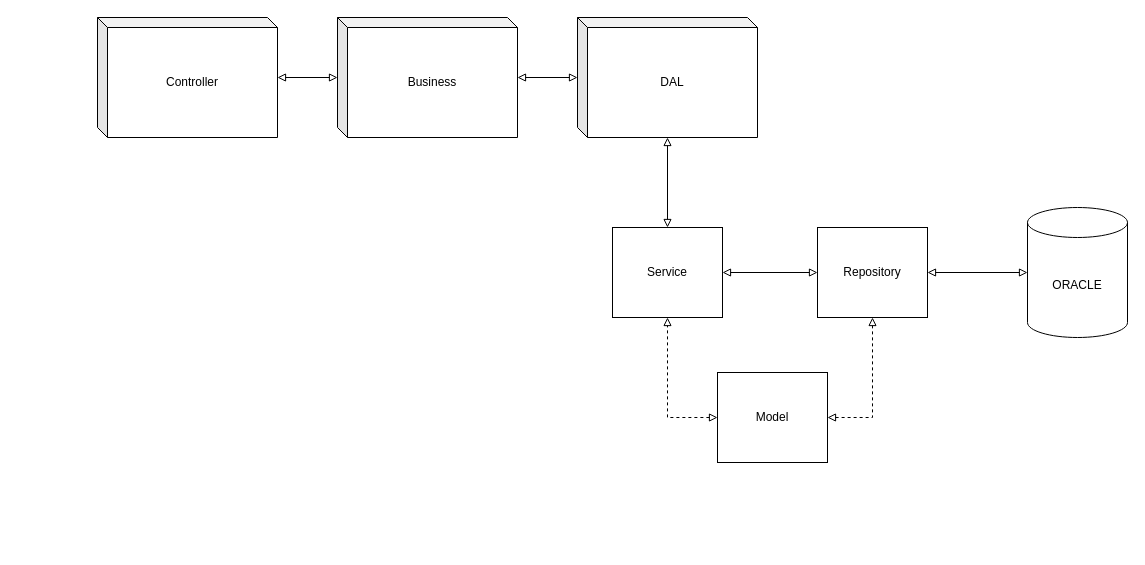
The draw.io diagram how_develop.drawio in donpandix/diagram, before the edit. Source tidied: cells renumbered, new cells numbered last; positions are measured from the earlier drawing's top-left corner, leaving out a move shared by most shapes. Both pictures are drawn from the tidied source at 100%, with x=0, y=0 at pixel (97, 17).
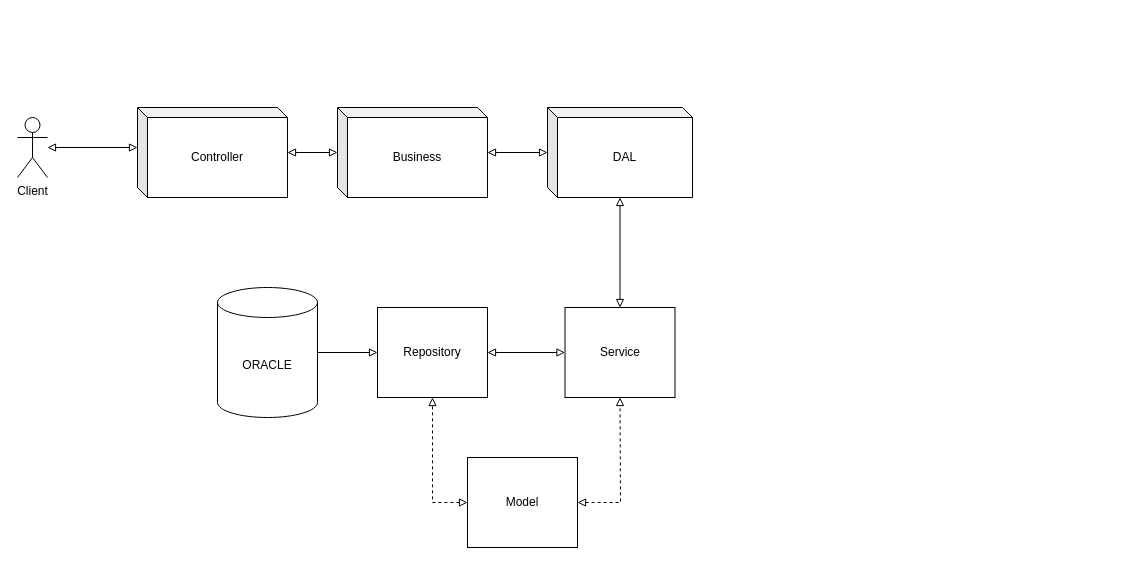
The same diagram, later.

Commit message:
Complete basic diagram

What changed in the source:
```diff
@@
     <mxCell id="3" value="Controller" style="shape=cube;whiteSpace=wrap;html=1;boundedLbl=1;backgroundOutline=1;darkOpacity=0.05;darkOpacity2=0.1;size=10;" parent="1" vertex="1">
-      <mxGeometry width="180" height="120" as="geometry" />
+      <mxGeometry x="40" y="90" width="150" height="90" as="geometry" />
     </mxCell>
@@
     <mxCell id="5" value="Business" style="shape=cube;whiteSpace=wrap;html=1;boundedLbl=1;backgroundOutline=1;darkOpacity=0.05;darkOpacity2=0.1;size=10;" parent="1" vertex="1">
-      <mxGeometry x="240" width="180" height="120" as="geometry" />
+      <mxGeometry x="240" y="90" width="150" height="90" as="geometry" />
     </mxCell>
@@
     <mxCell id="7" value="DAL" style="shape=cube;whiteSpace=wrap;html=1;boundedLbl=1;backgroundOutline=1;darkOpacity=0.05;darkOpacity2=0.1;size=10;" parent="1" vertex="1">
-      <mxGeometry x="480" width="180" height="120" as="geometry" />
+      <mxGeometry x="450" y="90" width="145" height="90" as="geometry" />
     </mxCell>
-    <mxCell id="8" style="edgeStyle=orthogonalEdgeStyle;rounded=0;jettySize=auto;html=1;entryX=0;entryY=0.5;entryDx=0;entryDy=0;startArrow=block;startFill=0;endArrow=block;endFill=0;" parent="1" edge="1" source="9" target="14">
+    <mxCell id="8" style="edgeStyle=orthogonalEdgeStyle;rounded=0;jettySize=auto;html=1;entryX=1;entryY=0.5;entryDx=0;entryDy=0;startArrow=block;startFill=0;endArrow=block;endFill=0;" parent="1" edge="1" source="9" target="14">
       <mxGeometry relative="1" as="geometry" />
     </mxCell>
     <mxCell id="9" value="Service" style="rounded=0;whiteSpace=wrap;html=1;" parent="1" vertex="1">
-      <mxGeometry x="515" y="210" width="110" height="90" as="geometry" />
+      <mxGeometry x="467.5" y="290" width="110" height="90" as="geometry" />
     </mxCell>
     <mxCell id="10" style="edgeStyle=none;rounded=0;jettySize=auto;html=1;entryX=0.5;entryY=1;entryDx=0;entryDy=0;dashed=1;startArrow=block;startFill=0;endArrow=block;endFill=0;" parent="1" edge="1" source="12" target="14">
       <mxGeometry relative="1" as="geometry">
         <Array as="points">
-          <mxPoint x="775" y="400" />
+          <mxPoint x="335" y="485" />
         </Array>
       </mxGeometry>
     </mxCell>
     <mxCell id="11" style="edgeStyle=none;rounded=0;jettySize=auto;html=1;entryX=0.5;entryY=1;entryDx=0;entryDy=0;dashed=1;startArrow=block;startFill=0;endArrow=block;endFill=0;" parent="1" edge="1" source="12" target="9">
       <mxGeometry relative="1" as="geometry">
         <Array as="points">
-          <mxPoint x="570" y="400" />
+          <mxPoint x="523" y="485" />
         </Array>
       </mxGeometry>
     </mxCell>
     <mxCell id="12" value="Model" style="rounded=0;whiteSpace=wrap;html=1;" parent="1" vertex="1">
-      <mxGeometry x="620" y="355" width="110" height="90" as="geometry" />
+      <mxGeometry x="370" y="440" width="110" height="90" as="geometry" />
     </mxCell>
@@
     <mxCell id="14" value="Repository" style="rounded=0;whiteSpace=wrap;html=1;" parent="1" vertex="1">
-      <mxGeometry x="720" y="210" width="110" height="90" as="geometry" />
+      <mxGeometry x="280" y="290" width="110" height="90" as="geometry" />
     </mxCell>
     <mxCell id="15" value="ORACLE" style="shape=cylinder3;whiteSpace=wrap;html=1;boundedLbl=1;backgroundOutline=1;size=15;" parent="1" vertex="1">
-      <mxGeometry x="930" y="190" width="100" height="130" as="geometry" />
+      <mxGeometry x="120" y="270" width="100" height="130" as="geometry" />
     </mxCell>
+    <mxCell id="16" style="edgeStyle=none;rounded=0;jettySize=auto;html=1;entryX=0;entryY=0;entryDx=0;entryDy=40;entryPerimeter=0;startArrow=block;startFill=0;endArrow=block;endFill=0;" parent="1" edge="1" source="17" target="3">
+      <mxGeometry relative="1" as="geometry" />
+    </mxCell>
+    <mxCell id="17" value="Client" style="shape=umlActor;verticalLabelPosition=bottom;verticalAlign=top;html=1;outlineConnect=0;" parent="1" vertex="1">
+      <mxGeometry x="-80" y="100" width="30" height="60" as="geometry" />
+    </mxCell>
```
